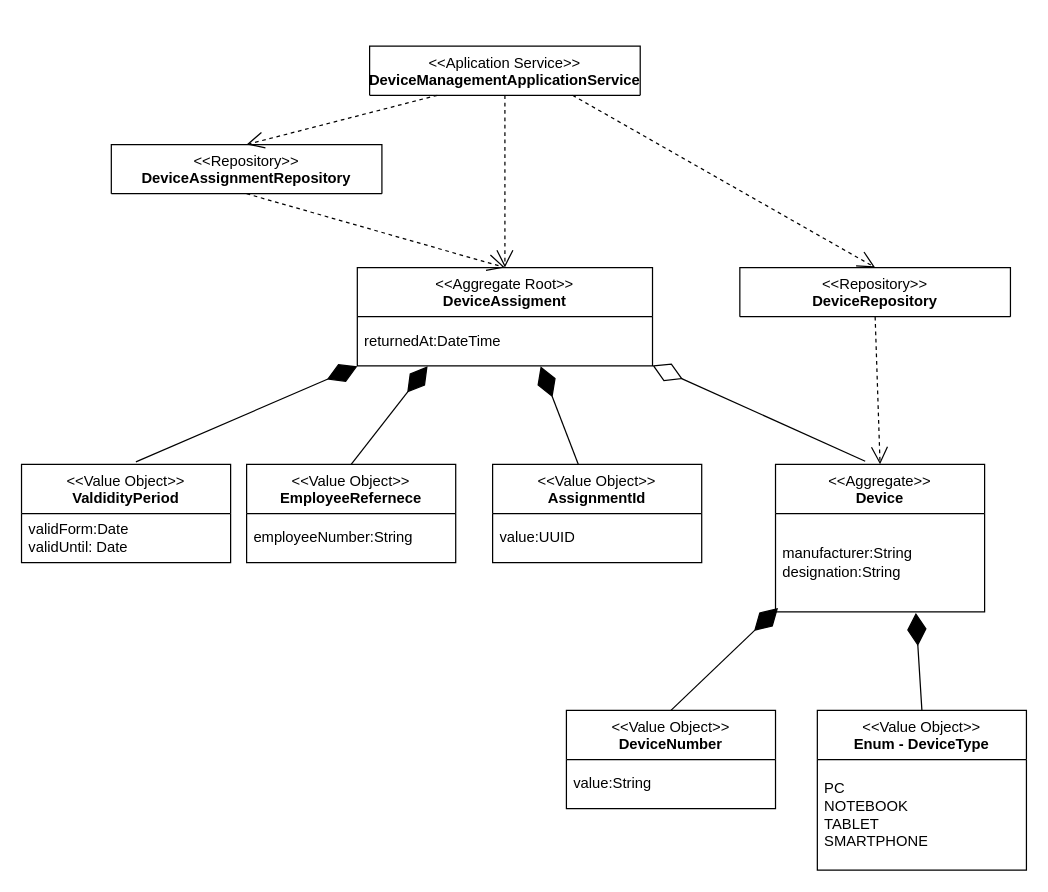
Earlier version of the draw.io diagram uml/device-management.drawio (AlexanderCoopmans/FSE-Mitarbeiterverwaltung-Example). Source tidied: cells renumbered, new cells numbered last; positions are measured from the earlier drawing's top-left corner, leaving out a move shared by most shapes. Both pictures are drawn from the tidied source at 123%, with x=0, y=0 at pixel (21, 46).
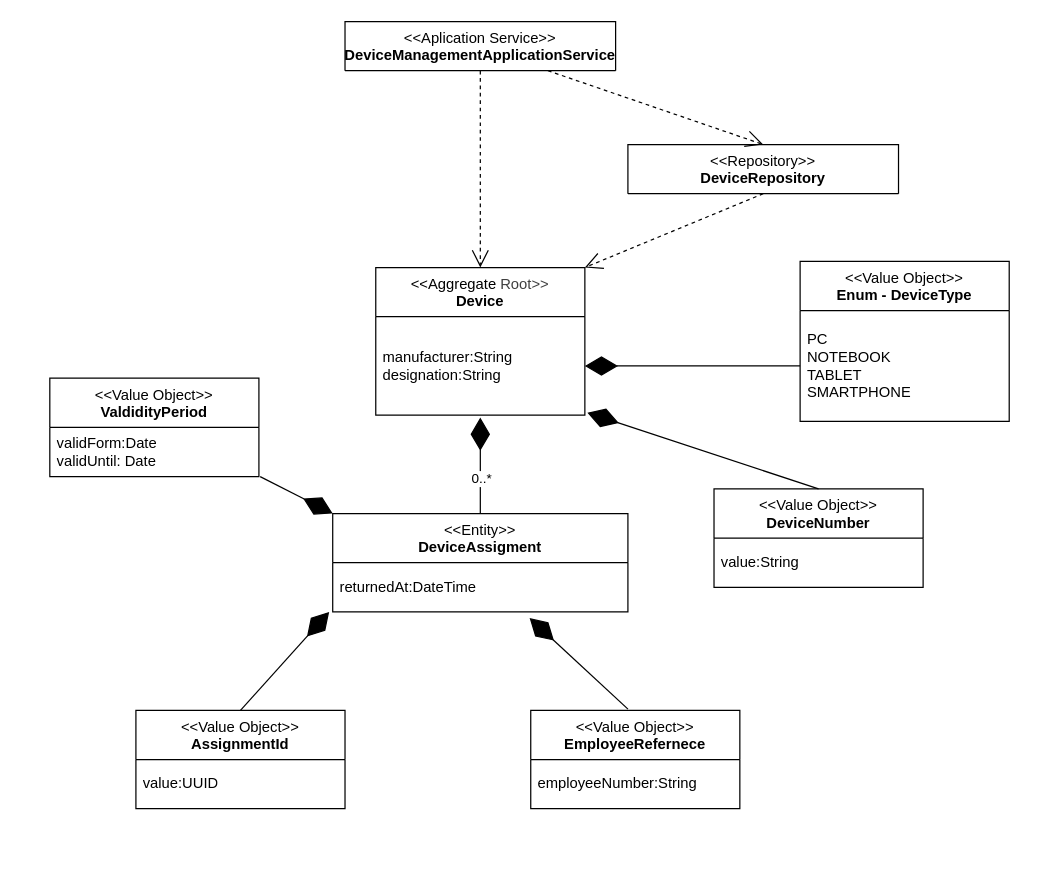
After the change.

Unchanged cells that the change refers to:
```xml
<mxCell id="5" value="&lt;div&gt;&lt;span style=&quot;background-color: transparent;&quot;&gt;returnedAt:DateTime&lt;/span&gt;&lt;/div&gt;" style="text;html=1;strokeColor=none;fillColor=none;align=left;verticalAlign=middle;spacingLeft=4;spacingRight=4;overflow=hidden;points=[[0,0.5],[1,0.5]];portConstraint=eastwest;whiteSpace=wrap;" parent="4" vertex="1">
  <mxGeometry y="40" width="240" height="40" as="geometry" />
</mxCell>
<mxCell id="8" value="&lt;div&gt;manufacturer:String&lt;/div&gt;&lt;div&gt;designation:String&lt;/div&gt;" style="text;html=1;strokeColor=none;fillColor=none;align=left;verticalAlign=middle;spacingLeft=4;spacingRight=4;overflow=hidden;points=[[0,0.5],[1,0.5]];portConstraint=eastwest;whiteSpace=wrap;" parent="7" vertex="1">
  <mxGeometry y="40" width="170" height="80" as="geometry" />
</mxCell>
<mxCell id="14" value="PC&lt;div&gt;NOTEBOOK&lt;/div&gt;&lt;div&gt;TABLET&lt;/div&gt;&lt;div&gt;SMARTPHONE&lt;/div&gt;" style="text;html=1;strokeColor=none;fillColor=none;align=left;verticalAlign=middle;spacingLeft=4;spacingRight=4;overflow=hidden;points=[[0,0.5],[1,0.5]];portConstraint=eastwest;whiteSpace=wrap;" parent="13" vertex="1">
  <mxGeometry y="40" width="170" height="90" as="geometry" />
</mxCell>
<mxCell id="18" value="validForm:Date&lt;div&gt;validUntil: Date&lt;/div&gt;" style="text;html=1;strokeColor=none;fillColor=none;align=left;verticalAlign=middle;spacingLeft=4;spacingRight=4;overflow=hidden;points=[[0,0.5],[1,0.5]];portConstraint=eastwest;whiteSpace=wrap;" parent="17" vertex="1">
  <mxGeometry y="40" width="170" height="40" as="geometry" />
</mxCell>
```

The edit, as a diff of the source:
```diff
@@
     <mxCell id="2" value="&lt;div&gt;&amp;lt;&amp;lt;Aplication Service&amp;gt;&amp;gt;&lt;div&gt;&lt;b&gt;DeviceManagementApplicationService&lt;/b&gt;&lt;/div&gt;&lt;div&gt;&lt;br&gt;&lt;/div&gt;&lt;/div&gt;" style="swimlane;fontStyle=0;align=center;verticalAlign=top;horizontal=1;startSize=40;html=1;whiteSpace=wrap;" parent="1" vertex="1">
-      <mxGeometry x="283" width="220" height="40" as="geometry" />
+      <mxGeometry x="263" y="-20" width="220" height="40" as="geometry" />
     </mxCell>
-    <mxCell id="3" value="&lt;div&gt;&amp;lt;&amp;lt;Repository&amp;gt;&amp;gt;&lt;div style=&quot;&quot;&gt;&lt;b&gt;DeviceAssignmentRepository&lt;/b&gt;&lt;/div&gt;&lt;/div&gt;" style="swimlane;fontStyle=0;align=center;verticalAlign=top;horizontal=1;startSize=40;html=1;whiteSpace=wrap;" parent="1" vertex="1">
-      <mxGeometry x="73" y="80" width="220" height="40" as="geometry" />
-    </mxCell>
-    <mxCell id="4" value="&lt;div style=&quot;&quot;&gt;&amp;lt;&amp;lt;Aggregate Root&amp;gt;&amp;gt;&lt;/div&gt;&lt;div style=&quot;&quot;&gt;&lt;b&gt;DeviceAssigment&lt;/b&gt;&lt;/div&gt;" style="swimlane;fontStyle=0;align=center;verticalAlign=top;horizontal=1;startSize=40;html=1;whiteSpace=wrap;" parent="1" vertex="1">
-      <mxGeometry x="273" y="180" width="240" height="80" as="geometry" />
+    <mxCell id="4" value="&lt;div style=&quot;&quot;&gt;&amp;lt;&amp;lt;Entity&amp;gt;&amp;gt;&lt;/div&gt;&lt;div style=&quot;&quot;&gt;&lt;b&gt;DeviceAssigment&lt;/b&gt;&lt;/div&gt;" style="swimlane;fontStyle=0;align=center;verticalAlign=top;horizontal=1;startSize=40;html=1;whiteSpace=wrap;" parent="1" vertex="1">
+      <mxGeometry x="253" y="380" width="240" height="80" as="geometry" />
     </mxCell>
@@
     <mxCell id="6" value="&amp;lt;&amp;lt;Repository&amp;gt;&amp;gt;&lt;div style=&quot;&quot;&gt;&lt;b&gt;DeviceRepository&lt;/b&gt;&lt;/div&gt;" style="swimlane;fontStyle=0;align=center;verticalAlign=top;horizontal=1;startSize=40;html=1;whiteSpace=wrap;" parent="1" vertex="1">
-      <mxGeometry x="584" y="180" width="220" height="40" as="geometry" />
+      <mxGeometry x="493" y="80" width="220" height="40" as="geometry" />
     </mxCell>
-    <mxCell id="7" value="&lt;div style=&quot;&quot;&gt;&amp;lt;&amp;lt;Aggregate&amp;gt;&amp;gt;&lt;/div&gt;&lt;div style=&quot;&quot;&gt;&lt;b&gt;Device&lt;/b&gt;&lt;/div&gt;" style="swimlane;fontStyle=0;align=center;verticalAlign=top;horizontal=1;startSize=40;html=1;whiteSpace=wrap;" parent="1" vertex="1">
-      <mxGeometry x="613" y="340" width="170" height="120" as="geometry" />
+    <mxCell id="7" value="&lt;div style=&quot;&quot;&gt;&amp;lt;&amp;lt;Aggregate&amp;nbsp;&lt;span style=&quot;color: rgb(63, 63, 63); background-color: transparent;&quot;&gt;Root&lt;/span&gt;&lt;span style=&quot;color: rgb(63, 63, 63); background-color: transparent;&quot;&gt;&amp;gt;&amp;gt;&lt;/span&gt;&lt;/div&gt;&lt;div style=&quot;&quot;&gt;&lt;b&gt;Device&lt;/b&gt;&lt;/div&gt;" style="swimlane;fontStyle=0;align=center;verticalAlign=top;horizontal=1;startSize=40;html=1;whiteSpace=wrap;" parent="1" vertex="1">
+      <mxGeometry x="288" y="180" width="170" height="120" as="geometry" />
     </mxCell>
@@
-    <mxCell id="9" value="&lt;div style=&quot;&quot;&gt;&amp;lt;&amp;lt;Value Object&amp;gt;&amp;gt;&lt;/div&gt;&lt;div style=&quot;&quot;&gt;&lt;b&gt;AssignmentId&lt;/b&gt;&lt;/div&gt;" style="swimlane;fontStyle=0;align=center;verticalAlign=top;horizontal=1;startSize=40;html=1;whiteSpace=wrap;" parent="1" vertex="1">
-      <mxGeometry x="383" y="340" width="170" height="80" as="geometry" />
-    </mxCell>
-    <mxCell id="10" value="value:UUID" style="text;html=1;strokeColor=none;fillColor=none;align=left;verticalAlign=middle;spacingLeft=4;spacingRight=4;overflow=hidden;whiteSpace=wrap;" parent="9" vertex="1">
-      <mxGeometry y="40" width="170" height="40" as="geometry" />
-    </mxCell>
     <mxCell id="11" value="&lt;div style=&quot;&quot;&gt;&amp;lt;&amp;lt;Value Object&amp;gt;&amp;gt;&lt;/div&gt;&lt;div style=&quot;&quot;&gt;&lt;b&gt;DeviceNumber&lt;/b&gt;&lt;/div&gt;" style="swimlane;fontStyle=0;align=center;verticalAlign=top;horizontal=1;startSize=40;html=1;whiteSpace=wrap;" parent="1" vertex="1">
-      <mxGeometry x="443" y="540" width="170" height="80" as="geometry" />
+      <mxGeometry x="563" y="360" width="170" height="80" as="geometry" />
     </mxCell>
@@
     <mxCell id="13" value="&lt;div style=&quot;&quot;&gt;&amp;lt;&amp;lt;Value Object&amp;gt;&amp;gt;&lt;/div&gt;&lt;div style=&quot;&quot;&gt;&lt;b&gt;Enum - DeviceType&lt;/b&gt;&lt;/div&gt;" style="swimlane;fontStyle=0;align=center;verticalAlign=top;horizontal=1;startSize=40;html=1;whiteSpace=wrap;" parent="1" vertex="1">
-      <mxGeometry x="647" y="540" width="170" height="130" as="geometry" />
+      <mxGeometry x="633" y="175" width="170" height="130" as="geometry" />
     </mxCell>
@@
     <mxCell id="15" value="&lt;div style=&quot;&quot;&gt;&amp;lt;&amp;lt;Value Object&amp;gt;&amp;gt;&lt;/div&gt;&lt;div style=&quot;&quot;&gt;&lt;b&gt;EmployeeRefernece&lt;/b&gt;&lt;/div&gt;" style="swimlane;fontStyle=0;align=center;verticalAlign=top;horizontal=1;startSize=40;html=1;whiteSpace=wrap;" parent="1" vertex="1">
-      <mxGeometry x="183" y="340" width="170" height="80" as="geometry" />
+      <mxGeometry x="414" y="540" width="170" height="80" as="geometry" />
     </mxCell>
@@
     <mxCell id="17" value="&lt;div style=&quot;&quot;&gt;&amp;lt;&amp;lt;Value Object&amp;gt;&amp;gt;&lt;/div&gt;&lt;div style=&quot;&quot;&gt;&lt;b&gt;ValdidityPeriod&lt;/b&gt;&lt;/div&gt;" style="swimlane;fontStyle=0;align=center;verticalAlign=top;horizontal=1;startSize=40;html=1;whiteSpace=wrap;" parent="1" vertex="1">
-      <mxGeometry y="340" width="170" height="80" as="geometry" />
+      <mxGeometry x="23" y="270" width="170" height="80" as="geometry" />
     </mxCell>
@@
-    <mxCell id="19" style="endArrow=open;endSize=12;dashed=1;html=1;rounded=0;exitX=0.25;exitY=1;exitDx=0;exitDy=0;entryX=0.5;entryY=0;entryDx=0;entryDy=0;" parent="1" edge="1" source="2" target="3">
-      <mxGeometry relative="1" as="geometry" />
-    </mxCell>
-    <mxCell id="20" style="endArrow=open;endSize=12;dashed=1;html=1;rounded=0;exitX=0.5;exitY=1;exitDx=0;exitDy=0;entryX=0.5;entryY=0;entryDx=0;entryDy=0;" parent="1" edge="1" source="2" target="4">
+    <mxCell id="20" style="endArrow=open;endSize=12;dashed=1;html=1;rounded=0;exitX=0.5;exitY=1;exitDx=0;exitDy=0;entryX=0.5;entryY=0;entryDx=0;entryDy=0;" parent="1" edge="1" source="2" target="7">
       <mxGeometry relative="1" as="geometry" />
     </mxCell>
-    <mxCell id="21" style="endArrow=open;endSize=12;dashed=1;html=1;rounded=0;exitX=0.5;exitY=1;exitDx=0;exitDy=0;entryX=0.5;entryY=0;entryDx=0;entryDy=0;" parent="1" edge="1" source="3" target="4">
-      <mxGeometry relative="1" as="geometry" />
-    </mxCell>
-    <mxCell id="22" style="endArrow=diamondThin;endFill=1;endSize=24;html=1;rounded=0;exitX=0.547;exitY=-0.025;exitDx=0;exitDy=0;exitPerimeter=0;entryX=0;entryY=1.009;entryDx=0;entryDy=0;entryPerimeter=0;" parent="1" edge="1" source="17" target="5">
+    <mxCell id="22" style="endArrow=diamondThin;endFill=1;endSize=24;html=1;rounded=0;exitX=1.006;exitY=1;exitDx=0;exitDy=0;entryX=0;entryY=0;entryDx=0;entryDy=0;exitPerimeter=0;" parent="1" edge="1" source="18" target="4">
       <mxGeometry relative="1" as="geometry" />
     </mxCell>
-    <mxCell id="23" style="endArrow=diamondThin;endFill=1;endSize=24;html=1;rounded=0;exitX=0.5;exitY=0;exitDx=0;exitDy=0;entryX=0.238;entryY=1.009;entryDx=0;entryDy=0;entryPerimeter=0;" parent="1" edge="1" source="15" target="5">
+    <mxCell id="23" style="endArrow=diamondThin;endFill=1;endSize=24;html=1;rounded=0;entryX=0.667;entryY=1.125;entryDx=0;entryDy=0;exitX=0.465;exitY=-0.012;exitDx=0;exitDy=0;exitPerimeter=0;entryPerimeter=0;" parent="1" edge="1" source="15" target="5">
       <mxGeometry relative="1" as="geometry" />
     </mxCell>
-    <mxCell id="24" style="endArrow=diamondThin;endFill=1;endSize=24;html=1;rounded=0;entryX=0.621;entryY=1.009;entryDx=0;entryDy=0;entryPerimeter=0;" parent="1" edge="1" source="9" target="5">
-      <mxGeometry relative="1" as="geometry" />
-    </mxCell>
-    <mxCell id="25" style="endArrow=diamondThin;endFill=1;endSize=24;html=1;rounded=0;entryX=0.012;entryY=0.96;entryDx=0;entryDy=0;entryPerimeter=0;exitX=0.5;exitY=0;exitDx=0;exitDy=0;" parent="1" edge="1" source="11" target="8">
+    <mxCell id="25" style="endArrow=diamondThin;endFill=1;endSize=24;html=1;rounded=0;entryX=1.012;entryY=0.975;entryDx=0;entryDy=0;entryPerimeter=0;exitX=0.5;exitY=0;exitDx=0;exitDy=0;" parent="1" edge="1" source="11" target="8">
       <mxGeometry relative="1" as="geometry" />
     </mxCell>
-    <mxCell id="26" style="endArrow=diamondThin;endFill=1;endSize=24;html=1;rounded=0;exitX=0.5;exitY=0;exitDx=0;exitDy=0;entryX=0.671;entryY=1.01;entryDx=0;entryDy=0;entryPerimeter=0;" parent="1" edge="1" source="13" target="8">
+    <mxCell id="26" style="endArrow=diamondThin;endFill=1;endSize=24;html=1;rounded=0;exitX=0;exitY=0.5;exitDx=0;exitDy=0;entryX=1;entryY=0.5;entryDx=0;entryDy=0;" parent="1" edge="1" source="14" target="8">
       <mxGeometry relative="1" as="geometry" />
     </mxCell>
-    <mxCell id="27" style="endArrow=diamondThin;endFill=0;endSize=24;html=1;rounded=0;entryX=1;entryY=0.991;entryDx=0;entryDy=0;entryPerimeter=0;exitX=0.429;exitY=-0.021;exitDx=0;exitDy=0;exitPerimeter=0;" parent="1" edge="1" source="7" target="5">
-      <mxGeometry relative="1" as="geometry" />
-    </mxCell>
@@
-    <mxCell id="29" style="endArrow=open;endSize=12;dashed=1;html=1;rounded=0;exitX=0.5;exitY=1;exitDx=0;exitDy=0;entryX=0.5;entryY=0;entryDx=0;entryDy=0;" parent="1" edge="1" source="6" target="7">
+    <mxCell id="29" style="endArrow=open;endSize=12;dashed=1;html=1;rounded=0;exitX=0.5;exitY=1;exitDx=0;exitDy=0;entryX=1;entryY=0;entryDx=0;entryDy=0;" parent="1" edge="1" source="6" target="7">
       <mxGeometry relative="1" as="geometry" />
     </mxCell>
+    <mxCell id="30" style="endArrow=diamondThin;endFill=1;endSize=24;html=1;rounded=0;exitX=0.5;exitY=0;exitDx=0;exitDy=0;entryX=0.5;entryY=1.025;entryDx=0;entryDy=0;entryPerimeter=0;" parent="1" edge="1" source="4" target="8">
+      <mxGeometry relative="1" as="geometry" />
+    </mxCell>
+    <mxCell id="31" value="0..*" style="edgeLabel;html=1;align=center;verticalAlign=middle;" parent="30" vertex="1">
+      <mxGeometry x="-0.25" y="-1" relative="1" as="geometry">
+        <mxPoint x="-1" as="offset" />
+      </mxGeometry>
+    </mxCell>
+    <mxCell id="9" value="&lt;div style=&quot;&quot;&gt;&amp;lt;&amp;lt;Value Object&amp;gt;&amp;gt;&lt;/div&gt;&lt;div style=&quot;&quot;&gt;&lt;b&gt;AssignmentId&lt;/b&gt;&lt;/div&gt;" style="swimlane;fontStyle=0;align=center;verticalAlign=top;horizontal=1;startSize=40;html=1;whiteSpace=wrap;" parent="1" vertex="1">
+      <mxGeometry x="93" y="540" width="170" height="80" as="geometry" />
+    </mxCell>
+    <mxCell id="10" value="value:UUID" style="text;html=1;strokeColor=none;fillColor=none;align=left;verticalAlign=middle;spacingLeft=4;spacingRight=4;overflow=hidden;whiteSpace=wrap;" parent="9" vertex="1">
+      <mxGeometry y="40" width="170" height="40" as="geometry" />
+    </mxCell>
+    <mxCell id="24" style="endArrow=diamondThin;endFill=1;endSize=24;html=1;rounded=0;exitX=0.5;exitY=0;exitDx=0;exitDy=0;entryX=-0.012;entryY=1;entryDx=0;entryDy=0;entryPerimeter=0;" parent="1" edge="1" source="9" target="5">
+      <mxGeometry relative="1" as="geometry" />
+    </mxCell>
```
